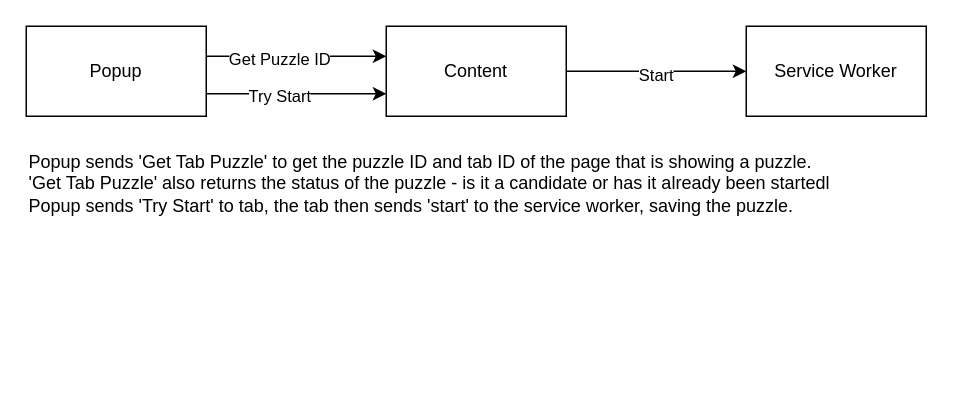
Earlier version of the draw.io diagram docs/extension-workflows.drawio (dwmkerr/puzlog). Source tidied: cells renumbered, new cells numbered last; positions are measured from the earlier drawing's top-left corner, leaving out a move shared by most shapes. Both pictures are drawn from the tidied source at 150%, with x=0, y=0 at pixel (26, 26).
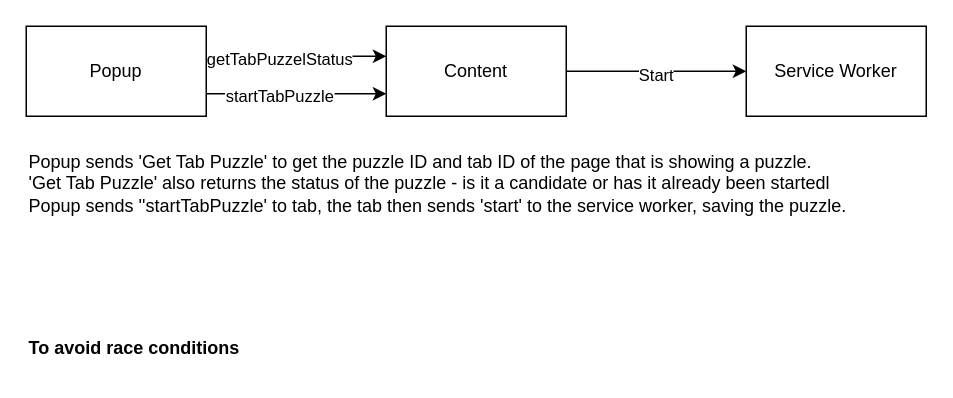
The same page after the edit.

The edit, as a diff of the source:
```diff
@@
 <mxGraphModel>
   <root>
     <mxCell id="0" />
     <mxCell id="1" parent="0" />
     <mxCell id="2" style="edgeStyle=orthogonalEdgeStyle;rounded=0;jettySize=auto;html=1;entryX=0;entryY=0.75;entryDx=0;entryDy=0;exitX=1;exitY=0.75;exitDx=0;exitDy=0;" parent="1" edge="1" source="4" target="7">
       <mxGeometry relative="1" as="geometry" />
     </mxCell>
-    <mxCell id="3" value="Try Start" style="edgeLabel;html=1;align=center;verticalAlign=middle;" parent="2" vertex="1">
+    <mxCell id="3" value="startTabPuzzle" style="edgeLabel;html=1;align=center;verticalAlign=middle;" parent="2" vertex="1">
       <mxGeometry x="-0.2" y="-1" relative="1" as="geometry" />
     </mxCell>
     <mxCell id="4" value="Popup" style="rounded=0;whiteSpace=wrap;html=1;" parent="1" vertex="1">
       <mxGeometry width="120" height="60" as="geometry" />
     </mxCell>
     <mxCell id="5" style="edgeStyle=orthogonalEdgeStyle;rounded=0;jettySize=auto;html=1;" parent="1" edge="1" source="7" target="8">
       <mxGeometry relative="1" as="geometry" />
     </mxCell>
     <mxCell id="6" value="Start" style="edgeLabel;html=1;align=center;verticalAlign=middle;" parent="5" vertex="1">
       <mxGeometry x="-0.02" y="-2" relative="1" as="geometry" />
     </mxCell>
     <mxCell id="7" value="Content" style="rounded=0;whiteSpace=wrap;html=1;" parent="1" vertex="1">
       <mxGeometry x="240" width="120" height="60" as="geometry" />
     </mxCell>
     <mxCell id="8" value="Service Worker" style="rounded=0;whiteSpace=wrap;html=1;" parent="1" vertex="1">
       <mxGeometry x="480" width="120" height="60" as="geometry" />
     </mxCell>
-    <mxCell id="9" value="Popup sends 'Get Tab Puzzle' to get the puzzle ID and tab ID of the page that is showing a puzzle.&lt;br&gt;'Get Tab Puzzle' also returns the status of the puzzle - is it a candidate or has it already been startedl&lt;br&gt;Popup sends 'Try Start' to tab, the tab then sends 'start' to the service worker, saving the puzzle." style="text;html=1;strokeColor=none;fillColor=none;align=left;verticalAlign=middle;whiteSpace=wrap;rounded=0;" parent="1" vertex="1">
+    <mxCell id="9" value="Popup sends 'Get Tab Puzzle' to get the puzzle ID and tab ID of the page that is showing a puzzle.&lt;br&gt;'Get Tab Puzzle' also returns the status of the puzzle - is it a candidate or has it already been startedl&lt;br&gt;Popup sends ''startTabPuzzle' to tab, the tab then sends 'start' to the service worker, saving the puzzle." style="text;html=1;strokeColor=none;fillColor=none;align=left;verticalAlign=middle;whiteSpace=wrap;rounded=0;" parent="1" vertex="1">
       <mxGeometry y="90" width="600" height="30" as="geometry" />
     </mxCell>
     <mxCell id="10" style="edgeStyle=orthogonalEdgeStyle;rounded=0;orthogonalLoop=1;jettySize=auto;html=1;entryX=0;entryY=0.75;entryDx=0;entryDy=0;exitX=1;exitY=0.75;exitDx=0;exitDy=0;" parent="1" edge="1">
       <mxGeometry relative="1" as="geometry">
         <mxPoint x="120" y="20" as="sourcePoint" />
         <mxPoint x="240" y="20" as="targetPoint" />
       </mxGeometry>
     </mxCell>
-    <mxCell id="11" value="Get Puzzle ID" style="edgeLabel;html=1;align=center;verticalAlign=middle;" parent="10" vertex="1">
+    <mxCell id="11" value="getTabPuzzelStatus" style="edgeLabel;html=1;align=center;verticalAlign=middle;" parent="10" vertex="1">
       <mxGeometry x="-0.2" y="-1" relative="1" as="geometry" />
     </mxCell>
+    <mxCell id="12" value="To avoid race conditions" style="text;html=1;strokeColor=none;fillColor=none;align=left;verticalAlign=middle;whiteSpace=wrap;rounded=0;fontStyle=1;" parent="1" vertex="1">
+      <mxGeometry y="200" width="520" height="30" as="geometry" />
+    </mxCell>
   </root>
 </mxGraphModel>
```
